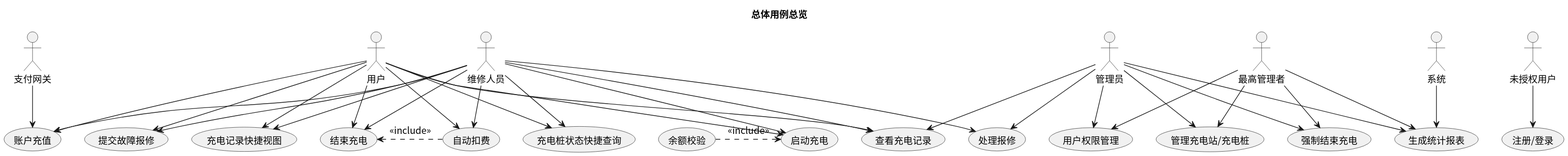
greenhandzdl/charging-station-doc keeps this PlantUML diagram as usecase/docs/overview/img/usecase_overall.svg. Above is the earlier version.
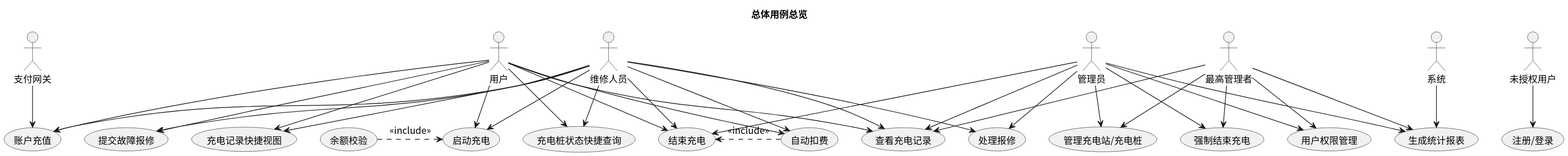
Later version of the same file.

Change to the diagram source:
```diff
@@ -55,10 +55,12 @@
 A --> HR
 A --> GS
 A --> FSC
+A --> EC
 SA --> MM
 SA --> PM
 SA --> GS
 SA --> FSC
+SA --> VCR
 
 P --> RA
 S --> GS
```
